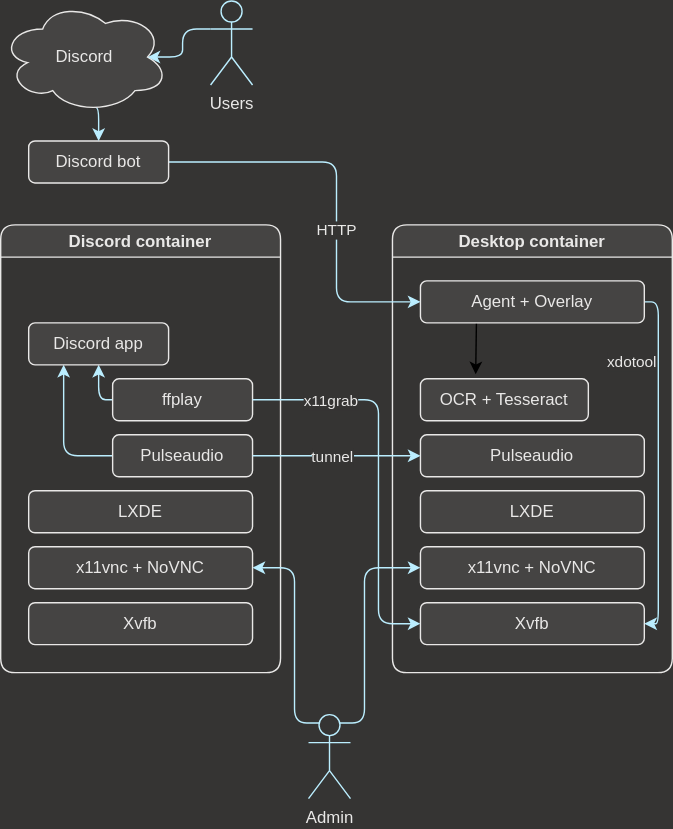
Before: setup.drawio.svg, a diagram exported from draw.io (dtinth/discord-plays-linux). Source tidied: cells renumbered, new cells last; positions are measured from the earlier drawing's top-left corner, leaving out a move shared by most shapes.
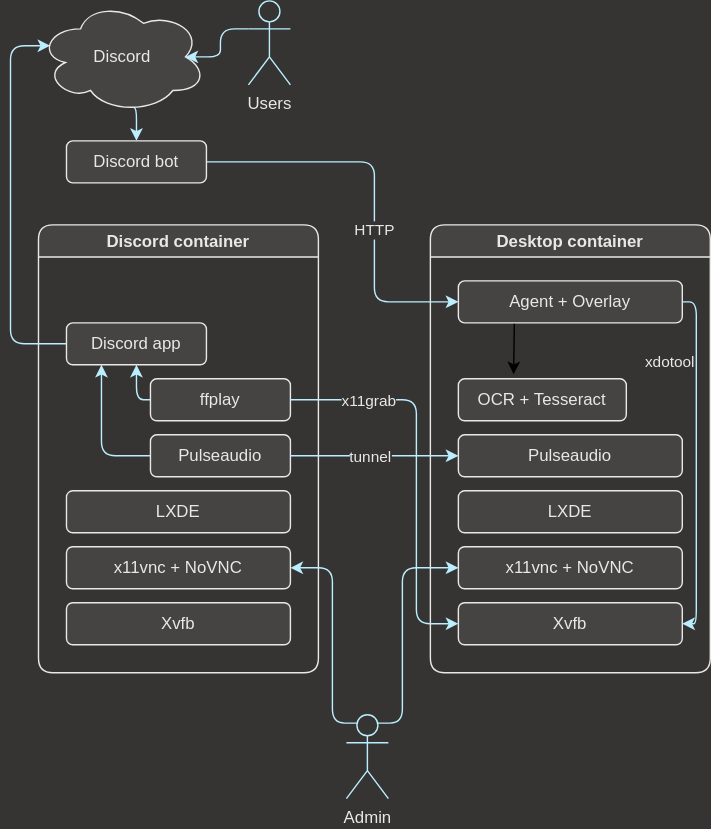
Later version of the same file.

Change to the diagram source:
```diff
@@ -134,5 +134,13 @@
     <mxCell id="34" value="Users" style="shape=umlActor;verticalLabelPosition=bottom;verticalAlign=top;html=1;outlineConnect=0;rounded=1;fontColor=#e9e8e7;strokeColor=#bef;fillColor=#353433;" parent="1" vertex="1">
       <mxGeometry x="150" width="30" height="60" as="geometry" />
     </mxCell>
+    <mxCell id="35" style="edgeStyle=orthogonalEdgeStyle;jettySize=auto;html=1;exitX=0;exitY=0.5;exitDx=0;exitDy=0;entryX=0.07;entryY=0.4;entryDx=0;entryDy=0;entryPerimeter=0;fontColor=#e9e8e7;strokeColor=#bef;" parent="1" edge="1" source="10" target="32">
+      <mxGeometry relative="1" as="geometry">
+        <Array as="points">
+          <mxPoint x="-20" y="245" />
+          <mxPoint x="-20" y="32" />
+        </Array>
+      </mxGeometry>
+    </mxCell>
   </root>
 </mxGraphModel>
```
